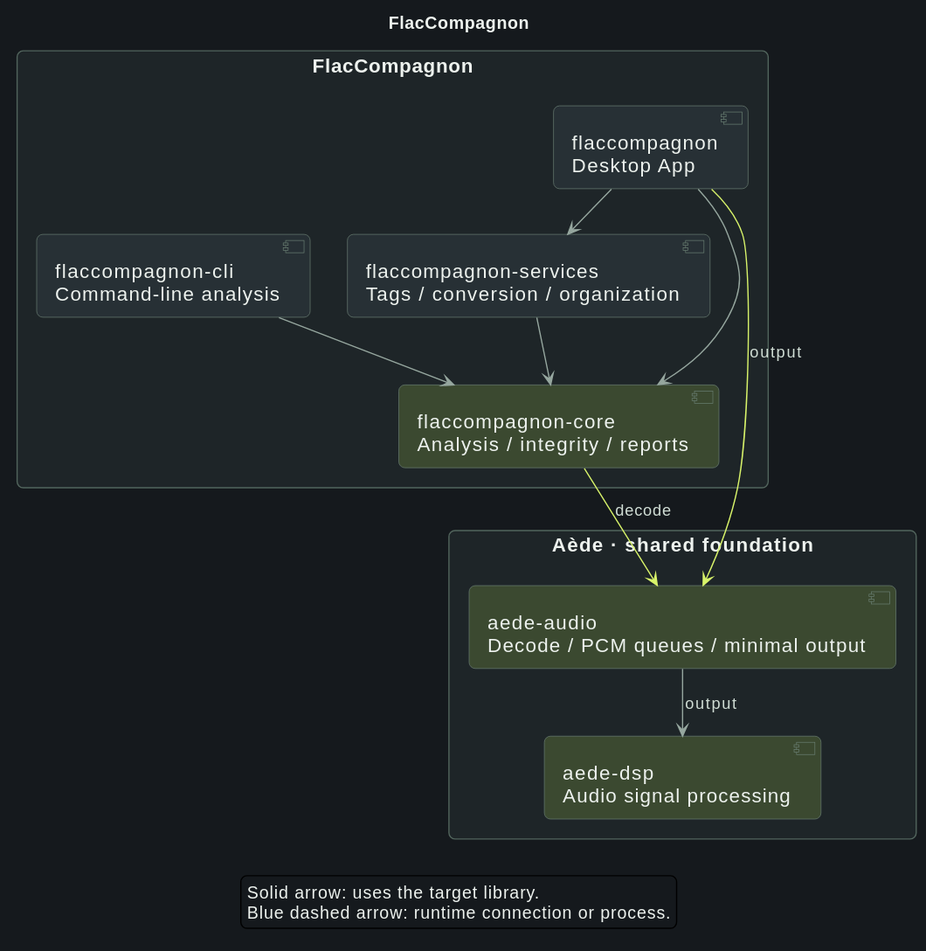
Earlier version of the PlantUML export site/assets/architecture/en-flaccompagnon.svg (craft-and-code/aede).
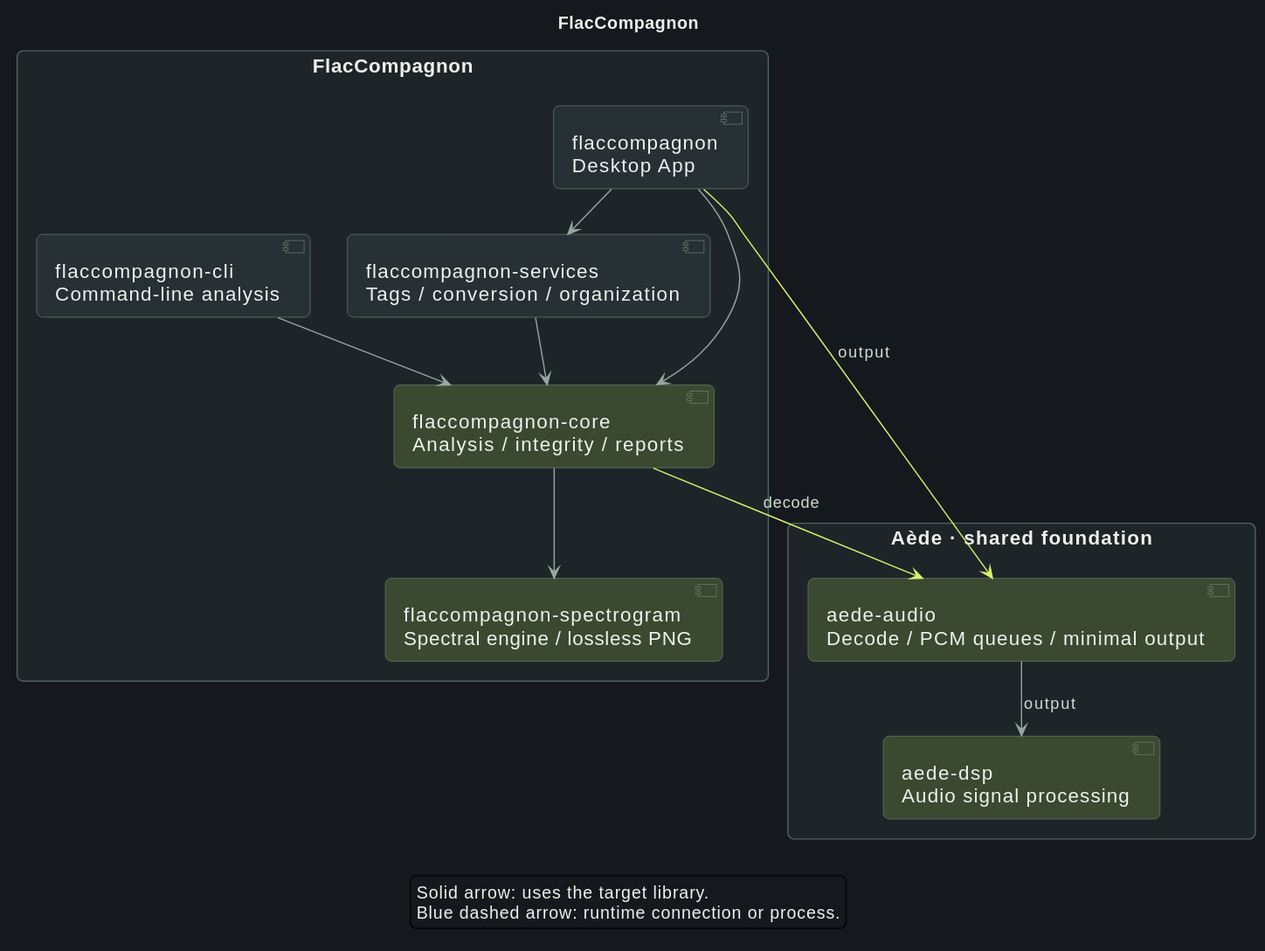
The same diagram one commit later.

Diff of the diagram source:
```diff
@@ -28,6 +28,7 @@
 component "flaccompagnon-cli\nCommand-line analysis" as FCli
 component "flaccompagnon-services\nTags / conversion / organization" as FServices
 component "flaccompagnon-core\nAnalysis / integrity / reports" as FCore #3B4930
+component "flaccompagnon-spectrogram\nSpectral engine / lossless PNG" as FSpectrogram #3B4930
 }
 package "Aède · shared foundation" {
 component "aede-audio\nDecode / PCM queues / minimal output" as AAudio #3B4930
@@ -38,6 +39,7 @@
 FApp --> FCore
 FCli --> FCore
 FServices --> FCore
+FCore --> FSpectrogram
 FApp -[#D8F36A]-> AAudio : output
 FCore -[#D8F36A]-> AAudio : decode
 legend bottom
```
